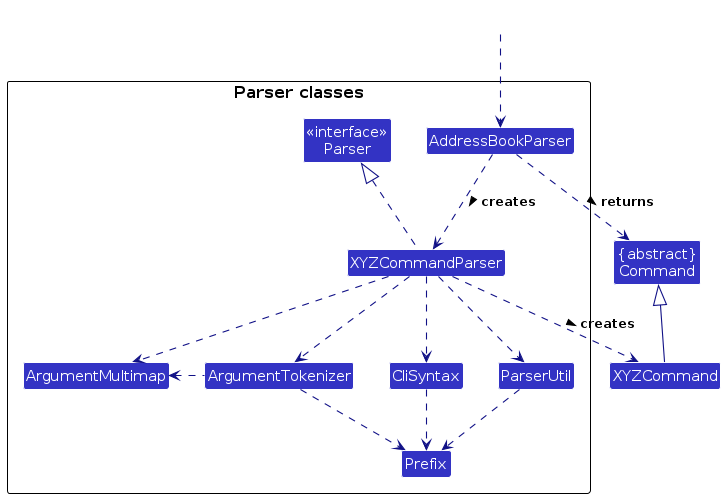
AY2324S1-CS2103T-T11-1/tp keeps this PlantUML diagram as diagrams/ParserClasses.png. Above is the earlier version. Its source is kept beside it as diagrams/ParserClasses.puml.
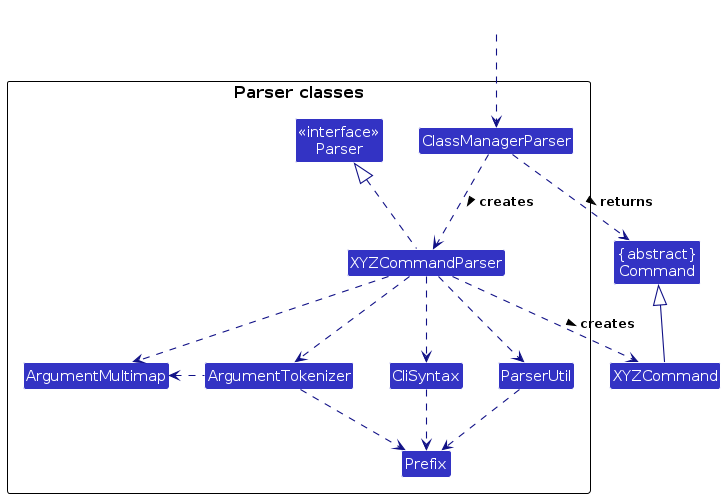
Above is the later version.

Change to the diagram source:
```diff
@@ -9,7 +9,7 @@
 
 package "Parser classes"{
 Class "<<interface>>\nParser" as Parser
-Class AddressBookParser
+Class ClassManagerParser
 Class XYZCommandParser
 Class CliSyntax
 Class ParserUtil
@@ -19,12 +19,12 @@
 }
 
 Class HiddenOutside #FFFFFF
-HiddenOutside ..> AddressBookParser
+HiddenOutside ..> ClassManagerParser
 
-AddressBookParser .down.> XYZCommandParser: creates >
+ClassManagerParser .down.> XYZCommandParser: creates >
 
 XYZCommandParser ..> XYZCommand : creates >
-AddressBookParser ..> Command : returns >
+ClassManagerParser ..> Command : returns >
 XYZCommandParser .up.|> Parser
 XYZCommandParser ..> ArgumentMultimap
 XYZCommandParser ..> ArgumentTokenizer
```
